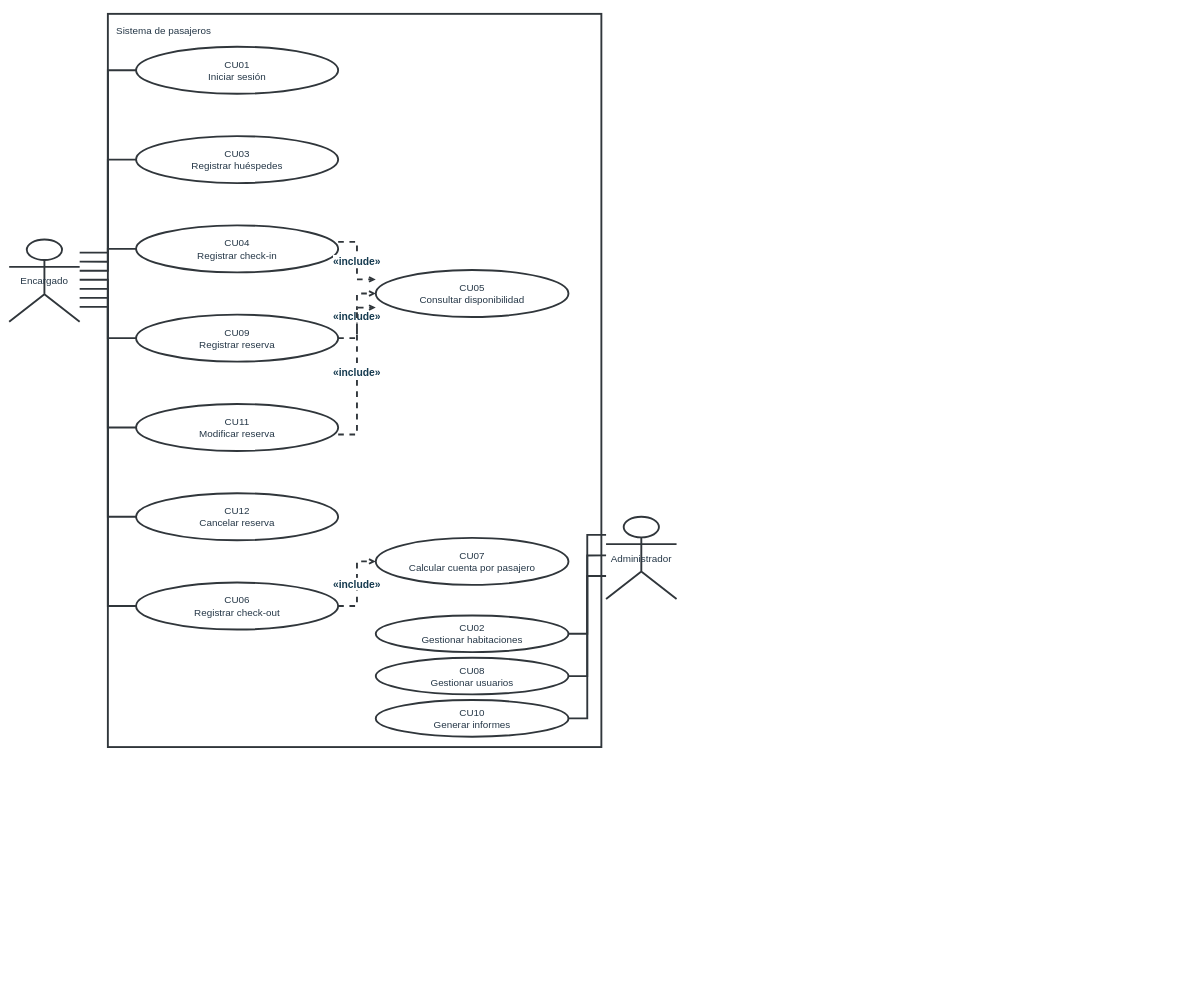
Yutre3/hotel-duerme-bien keeps this draw.io diagram as diagramas-editables/sistema-casos-de-uso.drawio. Above is the earlier version. Source tidied: cells renumbered, new cells numbered last; positions are measured from the earlier drawing's top-left corner, leaving out a move shared by most shapes. Both pictures are drawn from the tidied source at 47%, with x=0, y=0 at pixel (9, 14).
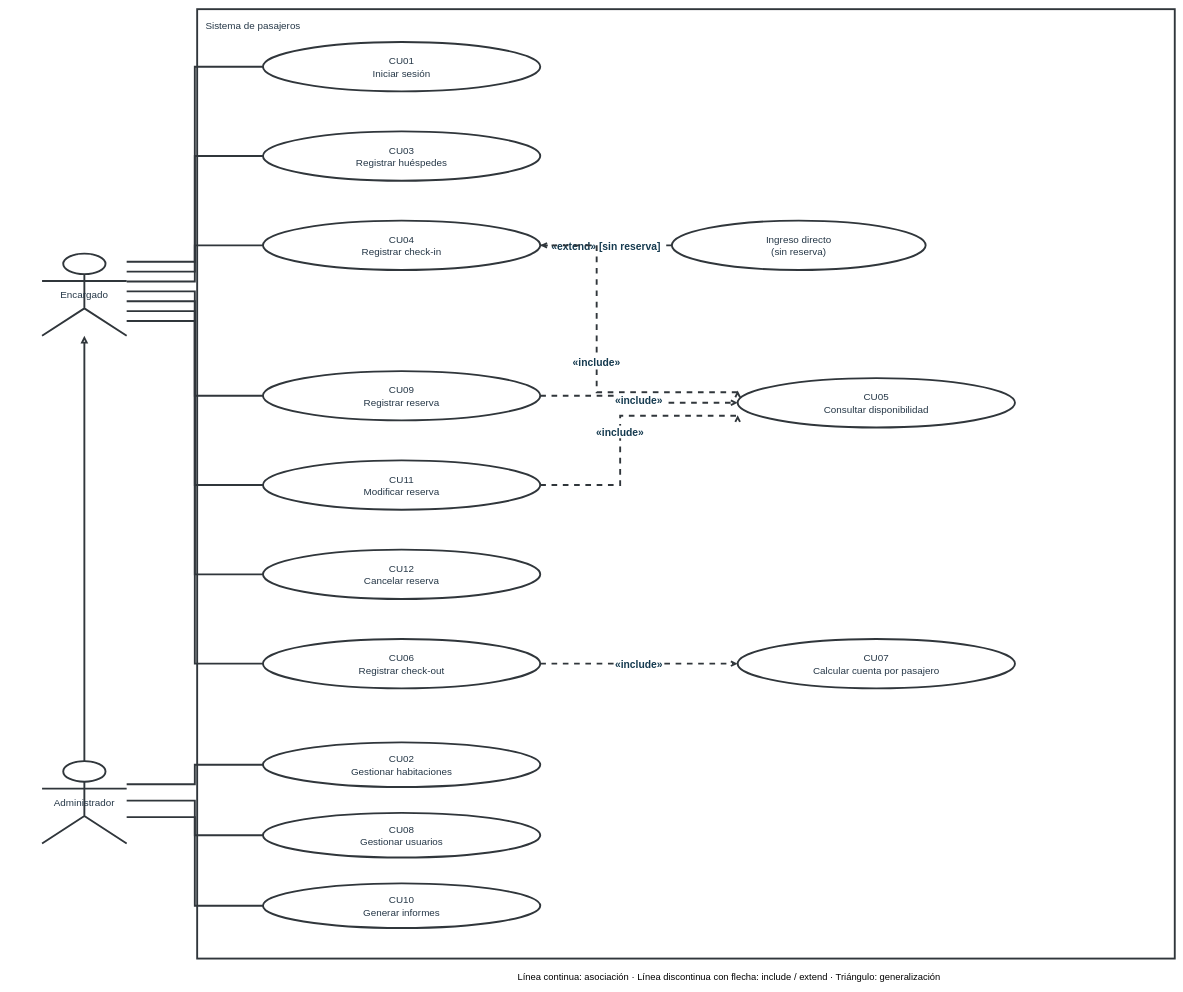
The same diagram, later.

What changed in the source:
```diff
@@
     <mxCell id="2" value="Sistema de pasajeros" style="rounded=0;verticalAlign=top;align=left;spacing=18;html=0;whiteSpace=wrap;strokeColor=#30363b;strokeWidth=4;fillColor=#ffffff;fontColor=#253747;fontSize=21;" parent="1" vertex="1">
-      <mxGeometry x="210" width="1050" height="1560" as="geometry" />
+      <mxGeometry x="400" y="-10" width="2080" height="2020" as="geometry" />
     </mxCell>
     <mxCell id="3" value="Encargado" style="shape=umlActor;html=0;whiteSpace=wrap;strokeColor=#30363b;strokeWidth=4;fillColor=#ffffff;fontColor=#253747;fontSize=21;" parent="1" vertex="1">
-      <mxGeometry y="480" width="150" height="175" as="geometry" />
+      <mxGeometry x="70" y="510" width="180" height="175" as="geometry" />
     </mxCell>
     <mxCell id="4" value="Administrador" style="shape=umlActor;html=0;whiteSpace=wrap;strokeColor=#30363b;strokeWidth=4;fillColor=#ffffff;fontColor=#253747;fontSize=21;" parent="1" vertex="1">
-      <mxGeometry x="1270" y="1070" width="150" height="175" as="geometry" />
+      <mxGeometry x="70" y="1590" width="180" height="175" as="geometry" />
     </mxCell>
     <mxCell id="5" value="CU01&#10;Iniciar sesión" style="ellipse;html=0;whiteSpace=wrap;strokeColor=#30363b;strokeWidth=4;fillColor=#ffffff;fontColor=#253747;fontSize=21;" parent="1" vertex="1">
-      <mxGeometry x="270" y="70" width="430" height="100" as="geometry" />
+      <mxGeometry x="540" y="60" width="590" height="105" as="geometry" />
     </mxCell>
     <mxCell id="6" value="CU03&#10;Registrar huéspedes" style="ellipse;html=0;whiteSpace=wrap;strokeColor=#30363b;strokeWidth=4;fillColor=#ffffff;fontColor=#253747;fontSize=21;" parent="1" vertex="1">
-      <mxGeometry x="270" y="260" width="430" height="100" as="geometry" />
+      <mxGeometry x="540" y="250" width="590" height="105" as="geometry" />
     </mxCell>
     <mxCell id="7" value="CU04&#10;Registrar check-in" style="ellipse;html=0;whiteSpace=wrap;strokeColor=#30363b;strokeWidth=4;fillColor=#ffffff;fontColor=#253747;fontSize=21;" parent="1" vertex="1">
-      <mxGeometry x="270" y="450" width="430" height="100" as="geometry" />
+      <mxGeometry x="540" y="440" width="590" height="105" as="geometry" />
     </mxCell>
     <mxCell id="8" value="CU09&#10;Registrar reserva" style="ellipse;html=0;whiteSpace=wrap;strokeColor=#30363b;strokeWidth=4;fillColor=#ffffff;fontColor=#253747;fontSize=21;" parent="1" vertex="1">
-      <mxGeometry x="270" y="640" width="430" height="100" as="geometry" />
+      <mxGeometry x="540" y="760" width="590" height="105" as="geometry" />
     </mxCell>
     <mxCell id="9" value="CU11&#10;Modificar reserva" style="ellipse;html=0;whiteSpace=wrap;strokeColor=#30363b;strokeWidth=4;fillColor=#ffffff;fontColor=#253747;fontSize=21;" parent="1" vertex="1">
-      <mxGeometry x="270" y="830" width="430" height="100" as="geometry" />
+      <mxGeometry x="540" y="950" width="590" height="105" as="geometry" />
     </mxCell>
     <mxCell id="10" value="CU12&#10;Cancelar reserva" style="ellipse;html=0;whiteSpace=wrap;strokeColor=#30363b;strokeWidth=4;fillColor=#ffffff;fontColor=#253747;fontSize=21;" parent="1" vertex="1">
-      <mxGeometry x="270" y="1020" width="430" height="100" as="geometry" />
+      <mxGeometry x="540" y="1140" width="590" height="105" as="geometry" />
     </mxCell>
     <mxCell id="11" value="CU06&#10;Registrar check-out" style="ellipse;html=0;whiteSpace=wrap;strokeColor=#30363b;strokeWidth=4;fillColor=#ffffff;fontColor=#253747;fontSize=21;" parent="1" vertex="1">
-      <mxGeometry x="270" y="1210" width="430" height="100" as="geometry" />
+      <mxGeometry x="540" y="1330" width="590" height="105" as="geometry" />
     </mxCell>
+    <mxCell id="31" value="Ingreso directo&#10;(sin reserva)" style="ellipse;html=0;whiteSpace=wrap;strokeColor=#30363b;strokeWidth=4;fillColor=#ffffff;fontColor=#253747;fontSize=21;" parent="1" vertex="1">
+      <mxGeometry x="1410" y="440" width="540" height="105" as="geometry" />
+    </mxCell>
     <mxCell id="12" value="CU05&#10;Consultar disponibilidad" style="ellipse;html=0;whiteSpace=wrap;strokeColor=#30363b;strokeWidth=4;fillColor=#ffffff;fontColor=#253747;fontSize=21;" parent="1" vertex="1">
-      <mxGeometry x="780" y="545" width="410" height="100" as="geometry" />
+      <mxGeometry x="1550" y="775" width="590" height="105" as="geometry" />
     </mxCell>
     <mxCell id="13" value="CU07&#10;Calcular cuenta por pasajero" style="ellipse;html=0;whiteSpace=wrap;strokeColor=#30363b;strokeWidth=4;fillColor=#ffffff;fontColor=#253747;fontSize=21;" parent="1" vertex="1">
-      <mxGeometry x="780" y="1115" width="410" height="100" as="geometry" />
+      <mxGeometry x="1550" y="1330" width="590" height="105" as="geometry" />
     </mxCell>
     <mxCell id="14" value="CU02&#10;Gestionar habitaciones" style="ellipse;html=0;whiteSpace=wrap;strokeColor=#30363b;strokeWidth=4;fillColor=#ffffff;fontColor=#253747;fontSize=21;" parent="1" vertex="1">
-      <mxGeometry x="780" y="1280" width="410" height="78" as="geometry" />
+      <mxGeometry x="540" y="1550" width="590" height="95" as="geometry" />
     </mxCell>
     <mxCell id="15" value="CU08&#10;Gestionar usuarios" style="ellipse;html=0;whiteSpace=wrap;strokeColor=#30363b;strokeWidth=4;fillColor=#ffffff;fontColor=#253747;fontSize=21;" parent="1" vertex="1">
-      <mxGeometry x="780" y="1370" width="410" height="78" as="geometry" />
+      <mxGeometry x="540" y="1700" width="590" height="95" as="geometry" />
     </mxCell>
     <mxCell id="16" value="CU10&#10;Generar informes" style="ellipse;html=0;whiteSpace=wrap;strokeColor=#30363b;strokeWidth=4;fillColor=#ffffff;fontColor=#253747;fontSize=21;" parent="1" vertex="1">
-      <mxGeometry x="780" y="1460" width="410" height="78" as="geometry" />
+      <mxGeometry x="540" y="1850" width="590" height="95" as="geometry" />
     </mxCell>
-    <mxCell id="17" style="html=0;edgeStyle=orthogonalEdgeStyle;jettySize=32;rounded=0;strokeWidth=4;strokeColor=#30363b;fontSize=22;fontStyle=1;fontColor=#163b50;labelBackgroundColor=#ffffff;endArrow=none;endFill=0;startArrow=none;startFill=0;exitX=1;exitY=0.16;exitPerimeter=0;entryX=0;entryY=0.5;entryPerimeter=0;" parent="1" edge="1" source="3" target="5">
-      <mxGeometry relative="1" as="geometry" />
+    <mxCell id="17" style="html=0;edgeStyle=orthogonalEdgeStyle;jettySize=32;rounded=0;strokeWidth=4;strokeColor=#30363b;fontSize=22;fontStyle=1;fontColor=#163b50;labelBackgroundColor=#ffffff;endArrow=block;endFill=0;startArrow=none;startFill=0;exitX=0.5;exitY=0;exitPerimeter=0;entryX=0.5;entryY=1;entryPerimeter=0;" parent="1" edge="1" source="4" target="3">
+      <mxGeometry relative="1" as="geometry">
+        <Array as="points">
+          <mxPoint x="160" y="1410" />
+          <mxPoint x="160" y="840" />
+        </Array>
+      </mxGeometry>
     </mxCell>
-    <mxCell id="18" style="html=0;edgeStyle=orthogonalEdgeStyle;jettySize=32;rounded=0;strokeWidth=4;strokeColor=#30363b;fontSize=22;fontStyle=1;fontColor=#163b50;labelBackgroundColor=#ffffff;endArrow=none;endFill=0;startArrow=none;startFill=0;exitX=1;exitY=0.27;exitPerimeter=0;entryX=0;entryY=0.5;entryPerimeter=0;" parent="1" edge="1" source="3" target="6">
+    <mxCell id="18" style="html=0;edgeStyle=orthogonalEdgeStyle;jettySize=32;rounded=0;strokeWidth=4;strokeColor=#30363b;fontSize=22;fontStyle=1;fontColor=#163b50;labelBackgroundColor=#ffffff;endArrow=none;endFill=0;startArrow=none;startFill=0;exitX=1;exitY=0.1;exitPerimeter=0;entryX=0;entryY=0.5;entryPerimeter=0;" parent="1" edge="1" source="3" target="5">
       <mxGeometry relative="1" as="geometry" />
     </mxCell>
-    <mxCell id="19" style="html=0;edgeStyle=orthogonalEdgeStyle;jettySize=32;rounded=0;strokeWidth=4;strokeColor=#30363b;fontSize=22;fontStyle=1;fontColor=#163b50;labelBackgroundColor=#ffffff;endArrow=none;endFill=0;startArrow=none;startFill=0;exitX=1;exitY=0.38;exitPerimeter=0;entryX=0;entryY=0.5;entryPerimeter=0;" parent="1" edge="1" source="3" target="7">
+    <mxCell id="19" style="html=0;edgeStyle=orthogonalEdgeStyle;jettySize=32;rounded=0;strokeWidth=4;strokeColor=#30363b;fontSize=22;fontStyle=1;fontColor=#163b50;labelBackgroundColor=#ffffff;endArrow=none;endFill=0;startArrow=none;startFill=0;exitX=1;exitY=0.22;exitPerimeter=0;entryX=0;entryY=0.5;entryPerimeter=0;" parent="1" edge="1" source="3" target="6">
       <mxGeometry relative="1" as="geometry" />
     </mxCell>
-    <mxCell id="20" style="html=0;edgeStyle=orthogonalEdgeStyle;jettySize=32;rounded=0;strokeWidth=4;strokeColor=#30363b;fontSize=22;fontStyle=1;fontColor=#163b50;labelBackgroundColor=#ffffff;endArrow=none;endFill=0;startArrow=none;startFill=0;exitX=1;exitY=0.49;exitPerimeter=0;entryX=0;entryY=0.5;entryPerimeter=0;" parent="1" edge="1" source="3" target="8">
+    <mxCell id="20" style="html=0;edgeStyle=orthogonalEdgeStyle;jettySize=32;rounded=0;strokeWidth=4;strokeColor=#30363b;fontSize=22;fontStyle=1;fontColor=#163b50;labelBackgroundColor=#ffffff;endArrow=none;endFill=0;startArrow=none;startFill=0;exitX=1;exitY=0.33999999999999997;exitPerimeter=0;entryX=0;entryY=0.5;entryPerimeter=0;" parent="1" edge="1" source="3" target="7">
       <mxGeometry relative="1" as="geometry" />
     </mxCell>
-    <mxCell id="21" style="html=0;edgeStyle=orthogonalEdgeStyle;jettySize=32;rounded=0;strokeWidth=4;strokeColor=#30363b;fontSize=22;fontStyle=1;fontColor=#163b50;labelBackgroundColor=#ffffff;endArrow=none;endFill=0;startArrow=none;startFill=0;exitX=1;exitY=0.6;exitPerimeter=0;entryX=0;entryY=0.5;entryPerimeter=0;" parent="1" edge="1" source="3" target="9">
+    <mxCell id="21" style="html=0;edgeStyle=orthogonalEdgeStyle;jettySize=32;rounded=0;strokeWidth=4;strokeColor=#30363b;fontSize=22;fontStyle=1;fontColor=#163b50;labelBackgroundColor=#ffffff;endArrow=none;endFill=0;startArrow=none;startFill=0;exitX=1;exitY=0.45999999999999996;exitPerimeter=0;entryX=0;entryY=0.5;entryPerimeter=0;" parent="1" edge="1" source="3" target="8">
       <mxGeometry relative="1" as="geometry" />
     </mxCell>
-    <mxCell id="22" style="html=0;edgeStyle=orthogonalEdgeStyle;jettySize=32;rounded=0;strokeWidth=4;strokeColor=#30363b;fontSize=22;fontStyle=1;fontColor=#163b50;labelBackgroundColor=#ffffff;endArrow=none;endFill=0;startArrow=none;startFill=0;exitX=1;exitY=0.7100000000000001;exitPerimeter=0;entryX=0;entryY=0.5;entryPerimeter=0;" parent="1" edge="1" source="3" target="10">
+    <mxCell id="22" style="html=0;edgeStyle=orthogonalEdgeStyle;jettySize=32;rounded=0;strokeWidth=4;strokeColor=#30363b;fontSize=22;fontStyle=1;fontColor=#163b50;labelBackgroundColor=#ffffff;endArrow=none;endFill=0;startArrow=none;startFill=0;exitX=1;exitY=0.58;exitPerimeter=0;entryX=0;entryY=0.5;entryPerimeter=0;" parent="1" edge="1" source="3" target="9">
       <mxGeometry relative="1" as="geometry" />
     </mxCell>
-    <mxCell id="23" style="html=0;edgeStyle=orthogonalEdgeStyle;jettySize=32;rounded=0;strokeWidth=4;strokeColor=#30363b;fontSize=22;fontStyle=1;fontColor=#163b50;labelBackgroundColor=#ffffff;endArrow=none;endFill=0;startArrow=none;startFill=0;exitX=1;exitY=0.8200000000000001;exitPerimeter=0;entryX=0;entryY=0.5;entryPerimeter=0;" parent="1" edge="1" source="3" target="11">
+    <mxCell id="23" style="html=0;edgeStyle=orthogonalEdgeStyle;jettySize=32;rounded=0;strokeWidth=4;strokeColor=#30363b;fontSize=22;fontStyle=1;fontColor=#163b50;labelBackgroundColor=#ffffff;endArrow=none;endFill=0;startArrow=none;startFill=0;exitX=1;exitY=0.7;exitPerimeter=0;entryX=0;entryY=0.5;entryPerimeter=0;" parent="1" edge="1" source="3" target="10">
       <mxGeometry relative="1" as="geometry" />
     </mxCell>
-    <mxCell id="24" value="«include»" style="html=0;edgeStyle=orthogonalEdgeStyle;jettySize=32;rounded=0;strokeWidth=4;strokeColor=#30363b;fontSize=22;fontStyle=1;fontColor=#163b50;labelBackgroundColor=#ffffff;endArrow=open;endFill=0;startArrow=none;startFill=0;exitX=1;exitY=0.35;exitPerimeter=0;entryX=0;entryY=0.2;entryPerimeter=0;dashed=1;" parent="1" edge="1" source="7" target="12">
+    <mxCell id="24" style="html=0;edgeStyle=orthogonalEdgeStyle;jettySize=32;rounded=0;strokeWidth=4;strokeColor=#30363b;fontSize=22;fontStyle=1;fontColor=#163b50;labelBackgroundColor=#ffffff;endArrow=none;endFill=0;startArrow=none;startFill=0;exitX=1;exitY=0.82;exitPerimeter=0;entryX=0;entryY=0.5;entryPerimeter=0;" parent="1" edge="1" source="3" target="11">
       <mxGeometry relative="1" as="geometry" />
     </mxCell>
-    <mxCell id="25" value="«include»" style="html=0;edgeStyle=orthogonalEdgeStyle;jettySize=32;rounded=0;strokeWidth=4;strokeColor=#30363b;fontSize=22;fontStyle=1;fontColor=#163b50;labelBackgroundColor=#ffffff;endArrow=open;endFill=0;startArrow=none;startFill=0;exitX=1;exitY=0.5;exitPerimeter=0;entryX=0;entryY=0.5;entryPerimeter=0;dashed=1;" parent="1" edge="1" source="8" target="12">
+    <mxCell id="25" value="«extend» [sin reserva]" style="html=0;edgeStyle=orthogonalEdgeStyle;jettySize=32;rounded=0;strokeWidth=4;strokeColor=#30363b;fontSize=22;fontStyle=1;fontColor=#163b50;labelBackgroundColor=#ffffff;endArrow=open;endFill=0;startArrow=none;startFill=0;exitX=0;exitY=0.5;exitPerimeter=0;entryX=1;entryY=0.5;entryPerimeter=0;dashed=1;" parent="1" edge="1" source="31" target="7">
       <mxGeometry relative="1" as="geometry" />
     </mxCell>
-    <mxCell id="26" value="«include»" style="html=0;edgeStyle=orthogonalEdgeStyle;jettySize=32;rounded=0;strokeWidth=4;strokeColor=#30363b;fontSize=22;fontStyle=1;fontColor=#163b50;labelBackgroundColor=#ffffff;endArrow=open;endFill=0;startArrow=none;startFill=0;exitX=1;exitY=0.65;exitPerimeter=0;entryX=0;entryY=0.8;entryPerimeter=0;dashed=1;" parent="1" edge="1" source="9" target="12">
-      <mxGeometry relative="1" as="geometry" />
+    <mxCell id="26" value="«include»" style="html=0;edgeStyle=orthogonalEdgeStyle;jettySize=32;rounded=0;strokeWidth=4;strokeColor=#30363b;fontSize=22;fontStyle=1;fontColor=#163b50;labelBackgroundColor=#ffffff;endArrow=open;endFill=0;startArrow=none;startFill=0;exitX=1;exitY=0.5;exitPerimeter=0;entryX=0;entryY=0.25;entryPerimeter=0;dashed=1;" parent="1" edge="1" source="7" target="12">
+      <mxGeometry relative="1" as="geometry">
+        <Array as="points">
+          <mxPoint x="1250" y="492" />
+          <mxPoint x="1250" y="805" />
+        </Array>
+      </mxGeometry>
     </mxCell>
-    <mxCell id="27" value="«include»" style="html=0;edgeStyle=orthogonalEdgeStyle;jettySize=32;rounded=0;strokeWidth=4;strokeColor=#30363b;fontSize=22;fontStyle=1;fontColor=#163b50;labelBackgroundColor=#ffffff;endArrow=open;endFill=0;startArrow=none;startFill=0;exitX=1;exitY=0.5;exitPerimeter=0;entryX=0;entryY=0.5;entryPerimeter=0;dashed=1;" parent="1" edge="1" source="11" target="13">
+    <mxCell id="27" value="«include»" style="html=0;edgeStyle=orthogonalEdgeStyle;jettySize=32;rounded=0;strokeWidth=4;strokeColor=#30363b;fontSize=22;fontStyle=1;fontColor=#163b50;labelBackgroundColor=#ffffff;endArrow=open;endFill=0;startArrow=none;startFill=0;exitX=1;exitY=0.5;exitPerimeter=0;entryX=0;entryY=0.5;entryPerimeter=0;dashed=1;" parent="1" edge="1" source="8" target="12">
       <mxGeometry relative="1" as="geometry" />
     </mxCell>
-    <mxCell id="28" style="html=0;edgeStyle=orthogonalEdgeStyle;jettySize=32;rounded=0;strokeWidth=4;strokeColor=#30363b;fontSize=22;fontStyle=1;fontColor=#163b50;labelBackgroundColor=#ffffff;endArrow=none;endFill=0;startArrow=none;startFill=0;exitX=0;exitY=0.22;exitPerimeter=0;entryX=1;entryY=0.5;entryPerimeter=0;" parent="1" edge="1" source="4" target="14">
-      <mxGeometry relative="1" as="geometry" />
+    <mxCell id="28" value="«include»" style="html=0;edgeStyle=orthogonalEdgeStyle;jettySize=32;rounded=0;strokeWidth=4;strokeColor=#30363b;fontSize=22;fontStyle=1;fontColor=#163b50;labelBackgroundColor=#ffffff;endArrow=open;endFill=0;startArrow=none;startFill=0;exitX=1;exitY=0.5;exitPerimeter=0;entryX=0;entryY=0.75;entryPerimeter=0;dashed=1;" parent="1" edge="1" source="9" target="12">
+      <mxGeometry relative="1" as="geometry">
+        <Array as="points">
+          <mxPoint x="1300" y="1002" />
+          <mxPoint x="1300" y="855" />
+        </Array>
+      </mxGeometry>
     </mxCell>
-    <mxCell id="29" style="html=0;edgeStyle=orthogonalEdgeStyle;jettySize=32;rounded=0;strokeWidth=4;strokeColor=#30363b;fontSize=22;fontStyle=1;fontColor=#163b50;labelBackgroundColor=#ffffff;endArrow=none;endFill=0;startArrow=none;startFill=0;exitX=0;exitY=0.47;exitPerimeter=0;entryX=1;entryY=0.5;entryPerimeter=0;" parent="1" edge="1" source="4" target="15">
+    <mxCell id="29" value="«include»" style="html=0;edgeStyle=orthogonalEdgeStyle;jettySize=32;rounded=0;strokeWidth=4;strokeColor=#30363b;fontSize=22;fontStyle=1;fontColor=#163b50;labelBackgroundColor=#ffffff;endArrow=open;endFill=0;startArrow=none;startFill=0;exitX=1;exitY=0.5;exitPerimeter=0;entryX=0;entryY=0.5;entryPerimeter=0;dashed=1;" parent="1" edge="1" source="11" target="13">
       <mxGeometry relative="1" as="geometry" />
     </mxCell>
-    <mxCell id="30" style="html=0;edgeStyle=orthogonalEdgeStyle;jettySize=32;rounded=0;strokeWidth=4;strokeColor=#30363b;fontSize=22;fontStyle=1;fontColor=#163b50;labelBackgroundColor=#ffffff;endArrow=none;endFill=0;startArrow=none;startFill=0;exitX=0;exitY=0.72;exitPerimeter=0;entryX=1;entryY=0.5;entryPerimeter=0;" parent="1" edge="1" source="4" target="16">
+    <mxCell id="30" style="html=0;edgeStyle=orthogonalEdgeStyle;jettySize=32;rounded=0;strokeWidth=4;strokeColor=#30363b;fontSize=22;fontStyle=1;fontColor=#163b50;labelBackgroundColor=#ffffff;endArrow=none;endFill=0;startArrow=none;startFill=0;exitX=1;exitY=0.28;exitPerimeter=0;entryX=0;entryY=0.5;entryPerimeter=0;" parent="1" edge="1" source="4" target="14">
       <mxGeometry relative="1" as="geometry" />
     </mxCell>
+    <mxCell id="32" style="html=0;edgeStyle=orthogonalEdgeStyle;jettySize=32;rounded=0;strokeWidth=4;strokeColor=#30363b;fontSize=22;fontStyle=1;fontColor=#163b50;labelBackgroundColor=#ffffff;endArrow=none;endFill=0;startArrow=none;startFill=0;exitX=1;exitY=0.48000000000000004;exitPerimeter=0;entryX=0;entryY=0.5;entryPerimeter=0;" parent="1" edge="1" source="4" target="15">
+      <mxGeometry relative="1" as="geometry" />
+    </mxCell>
+    <mxCell id="33" style="html=0;edgeStyle=orthogonalEdgeStyle;jettySize=32;rounded=0;strokeWidth=4;strokeColor=#30363b;fontSize=22;fontStyle=1;fontColor=#163b50;labelBackgroundColor=#ffffff;endArrow=none;endFill=0;startArrow=none;startFill=0;exitX=1;exitY=0.68;exitPerimeter=0;entryX=0;entryY=0.5;entryPerimeter=0;" parent="1" edge="1" source="4" target="16">
+      <mxGeometry relative="1" as="geometry" />
+    </mxCell>
+    <mxCell id="34" value="Línea continua: asociación · Línea discontinua con flecha: include / extend · Triángulo: generalización" style="text;html=0;strokeColor=none;fillColor=none;fontSize=20;" parent="1" vertex="1">
+      <mxGeometry x="1080" y="2030" width="900" height="35" as="geometry" />
+    </mxCell>
```
